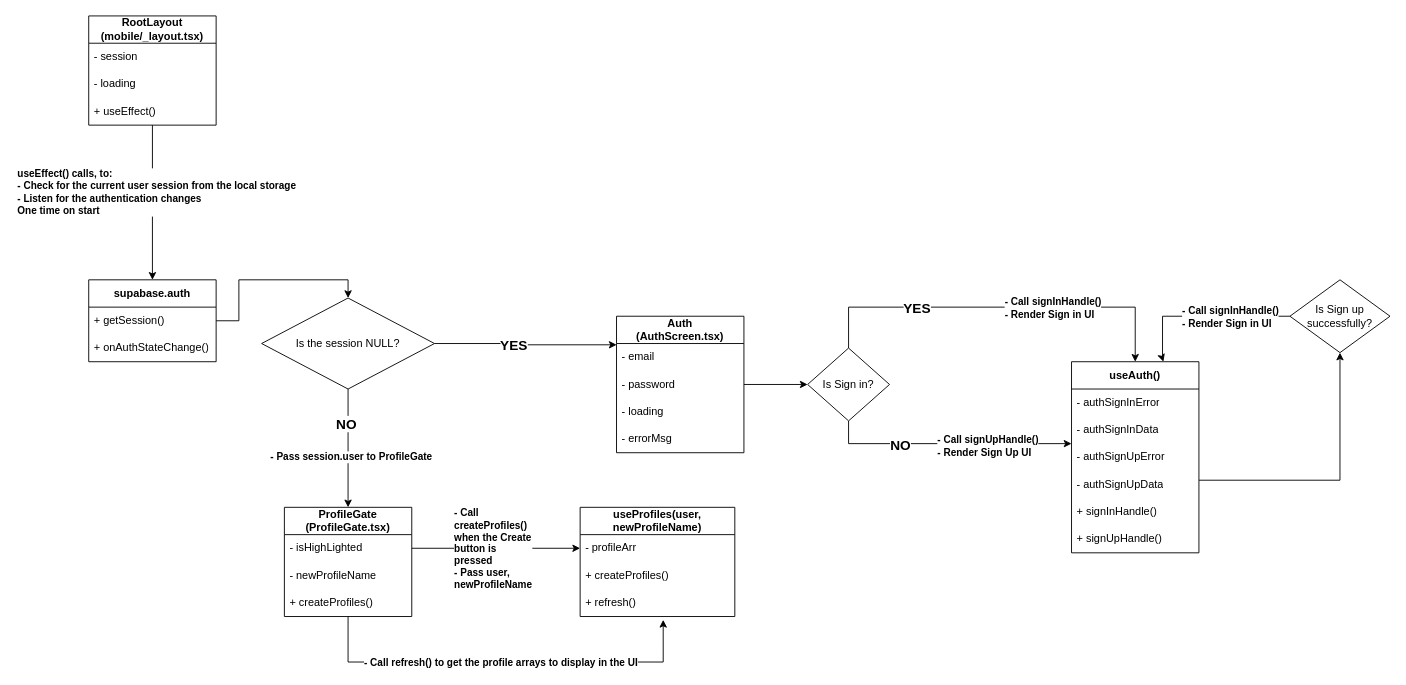
Earlier version of the draw.io diagram page "UML Class Diagram" (1 of 2) of Class_Diagram_Web.drawio (khanhsaan/SharedTimer_v1). Source tidied: cells renumbered, new cells numbered last; positions are measured from the earlier drawing's top-left corner, leaving out a move shared by most shapes. Both pictures are drawn from the tidied source at 91%, with x=0, y=0 at pixel (88, 15).
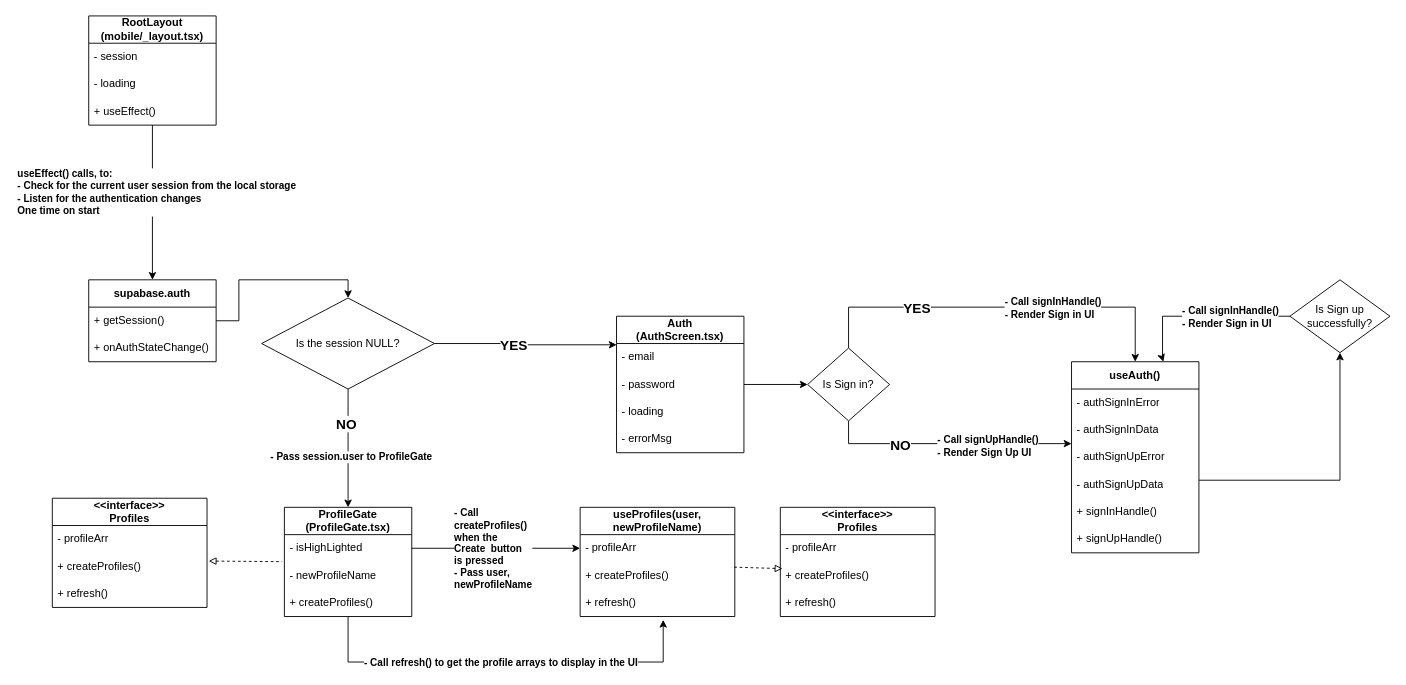
The same diagram, later.

The change refers to these unchanged cells:
```xml
<mxCell id="39" value="- isHighLighted" style="text;strokeColor=none;fillColor=none;align=left;verticalAlign=middle;spacingLeft=4;spacingRight=4;overflow=hidden;points=[[0,0.5],[1,0.5]];portConstraint=eastwest;whiteSpace=wrap;html=1;" parent="38" vertex="1">
  <mxGeometry y="30" width="140" height="30" as="geometry" />
</mxCell>
<mxCell id="44" value="+ createProfiles()" style="text;strokeColor=none;fillColor=none;align=left;verticalAlign=middle;spacingLeft=4;spacingRight=4;overflow=hidden;points=[[0,0.5],[1,0.5]];portConstraint=eastwest;whiteSpace=wrap;html=1;" parent="42" vertex="1">
  <mxGeometry y="60" width="170" height="30" as="geometry" />
</mxCell>
<mxCell id="46" style="edgeStyle=orthogonalEdgeStyle;rounded=0;jettySize=auto;html=1;entryX=0;entryY=0.5;entryDx=0;entryDy=0;" parent="1" edge="1" source="39">
  <mxGeometry relative="1" as="geometry">
    <mxPoint x="540" y="585" as="targetPoint" />
  </mxGeometry>
</mxCell>
```

The edit, as a diff of the source:
```diff
@@
-    <mxCell id="47" value="&lt;b&gt;- Call createProfiles() when the Create button is pressed&lt;/b&gt;&lt;div&gt;&lt;b&gt;- P&lt;/b&gt;&lt;b style=&quot;background-color: light-dark(#ffffff, var(--ge-dark-color, #121212)); color: light-dark(rgb(0, 0, 0), rgb(255, 255, 255));&quot;&gt;ass user, newProfileName&lt;/b&gt;&lt;/div&gt;" style="edgeLabel;html=1;align=left;verticalAlign=middle;whiteSpace=wrap;" parent="46" vertex="1">
+    <mxCell id="47" value="&lt;b&gt;- Call createProfiles() when the Create&amp;nbsp; button is pressed&lt;/b&gt;&lt;div&gt;&lt;div&gt;&lt;b&gt;- P&lt;/b&gt;&lt;b style=&quot;background-color: light-dark(#ffffff, var(--ge-dark-color, #121212)); color: light-dark(rgb(0, 0, 0), rgb(255, 255, 255));&quot;&gt;ass user, newProfileName&lt;/b&gt;&lt;/div&gt;&lt;/div&gt;" style="edgeLabel;html=1;align=left;verticalAlign=middle;whiteSpace=wrap;" parent="46" vertex="1">
       <mxGeometry x="-0.07" y="2" relative="1" as="geometry">
         <mxPoint x="-41" y="2" as="offset" />
       </mxGeometry>
     </mxCell>
@@
+    <mxCell id="54" value="&amp;lt;&amp;lt;interface&amp;gt;&amp;gt;&lt;div&gt;Profiles&lt;/div&gt;" style="swimlane;fontStyle=1;horizontal=1;startSize=30;whiteSpace=wrap;html=1;" parent="1" vertex="1">
+      <mxGeometry x="760" y="540" width="170" height="120" as="geometry" />
+    </mxCell>
+    <mxCell id="55" value="- profileArr" style="text;strokeColor=none;fillColor=none;align=left;verticalAlign=middle;spacingLeft=4;spacingRight=4;overflow=hidden;whiteSpace=wrap;html=1;" parent="54" vertex="1">
+      <mxGeometry y="30" width="170" height="30" as="geometry" />
+    </mxCell>
+    <mxCell id="56" value="+ createProfiles()" style="text;strokeColor=none;fillColor=none;align=left;verticalAlign=middle;spacingLeft=4;spacingRight=4;overflow=hidden;points=[[0,0.5],[1,0.5]];portConstraint=eastwest;whiteSpace=wrap;html=1;" parent="54" vertex="1">
+      <mxGeometry y="60" width="170" height="30" as="geometry" />
+    </mxCell>
+    <mxCell id="57" value="+ refresh()" style="text;strokeColor=none;fillColor=none;align=left;verticalAlign=middle;spacingLeft=4;spacingRight=4;overflow=hidden;whiteSpace=wrap;html=1;" parent="54" vertex="1">
+      <mxGeometry y="90" width="170" height="30" as="geometry" />
+    </mxCell>
+    <mxCell id="58" value="&amp;lt;&amp;lt;interface&amp;gt;&amp;gt;&lt;div&gt;Profiles&lt;/div&gt;" style="swimlane;fontStyle=1;horizontal=1;startSize=30;whiteSpace=wrap;html=1;" parent="1" vertex="1">
+      <mxGeometry x="-40" y="530" width="170" height="120" as="geometry" />
+    </mxCell>
+    <mxCell id="59" value="- profileArr" style="text;strokeColor=none;fillColor=none;align=left;verticalAlign=middle;spacingLeft=4;spacingRight=4;overflow=hidden;whiteSpace=wrap;html=1;" parent="58" vertex="1">
+      <mxGeometry y="30" width="170" height="30" as="geometry" />
+    </mxCell>
+    <mxCell id="60" value="+ createProfiles()" style="text;strokeColor=none;fillColor=none;align=left;verticalAlign=middle;spacingLeft=4;spacingRight=4;overflow=hidden;points=[[0,0.5],[1,0.5]];portConstraint=eastwest;whiteSpace=wrap;html=1;" parent="58" vertex="1">
+      <mxGeometry y="60" width="170" height="30" as="geometry" />
+    </mxCell>
+    <mxCell id="61" value="+ refresh()" style="text;strokeColor=none;fillColor=none;align=left;verticalAlign=middle;spacingLeft=4;spacingRight=4;overflow=hidden;whiteSpace=wrap;html=1;" parent="58" vertex="1">
+      <mxGeometry y="90" width="170" height="30" as="geometry" />
+    </mxCell>
+    <mxCell id="62" style="endArrow=none;dashed=1;html=1;rounded=0;startArrow=block;startFill=0;exitX=1.011;exitY=0.301;exitDx=0;exitDy=0;exitPerimeter=0;entryX=-0.017;entryY=0.99;entryDx=0;entryDy=0;entryPerimeter=0;" parent="1" edge="1" source="60" target="39">
+      <mxGeometry relative="1" as="geometry" />
+    </mxCell>
+    <mxCell id="63" style="endArrow=none;dashed=1;html=1;rounded=0;startArrow=block;startFill=0;exitX=0.014;exitY=0.246;exitDx=0;exitDy=0;exitPerimeter=0;entryX=0.977;entryY=0.189;entryDx=0;entryDy=0;entryPerimeter=0;" parent="1" edge="1" source="56" target="44">
+      <mxGeometry relative="1" as="geometry" />
+    </mxCell>
```
